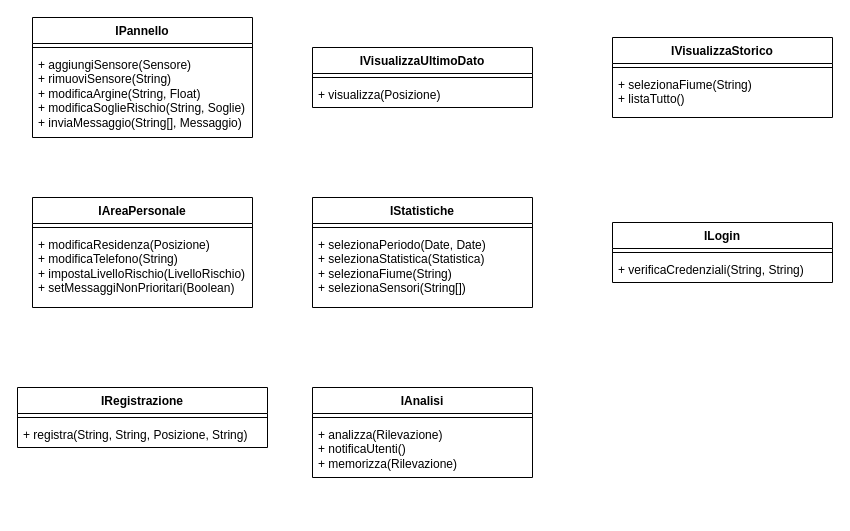
MirkoTonelli/Ing keeps this draw.io diagram as Interfacce.drawio. Above is the earlier version. Source tidied: cells renumbered, new cells numbered last; positions are measured from the earlier drawing's top-left corner, leaving out a move shared by most shapes. Both pictures are drawn from the tidied source at 100%, with x=0, y=0 at pixel (17, 17).
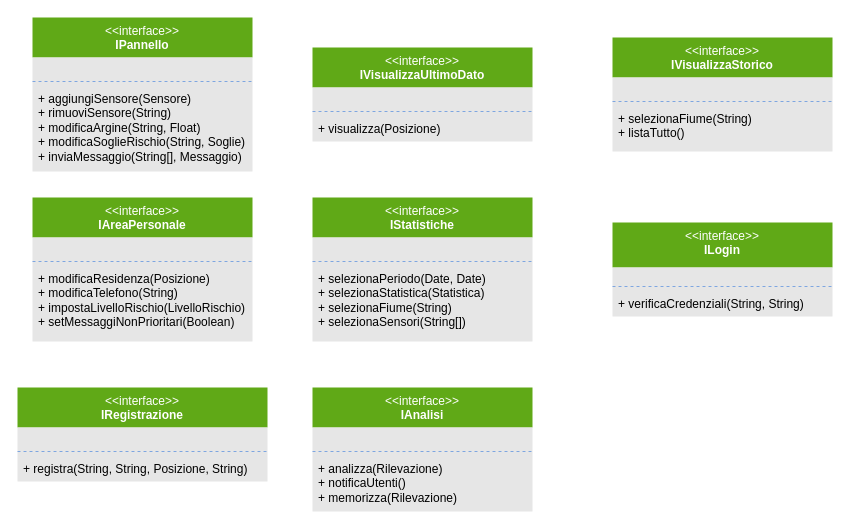
Above is the later version.

The edit, as a diff of the source:
```diff
@@
-    <mxCell id="2" value="IPannello" style="swimlane;fontStyle=1;align=center;verticalAlign=top;horizontal=1;startSize=26;whiteSpace=wrap;html=1;" parent="1" vertex="1">
-      <mxGeometry x="15" width="220" height="120" as="geometry" />
+    <mxCell id="2" value="&lt;div&gt;&lt;span style=&quot;font-weight: normal;&quot;&gt;&amp;lt;&amp;lt;interface&amp;gt;&amp;gt;&lt;/span&gt;&lt;/div&gt;IPannello" style="swimlane;fontStyle=1;align=center;verticalAlign=top;horizontal=1;startSize=40;whiteSpace=wrap;html=1;fillColor=#60A917;swimlaneFillColor=#E6E6E6;strokeColor=none;fontColor=#FFFFFF;" parent="1" vertex="1">
+      <mxGeometry x="15" width="220" height="154" as="geometry" />
     </mxCell>
-    <mxCell id="3" style="line;strokeWidth=1;fillColor=none;align=left;verticalAlign=middle;spacingTop=-1;spacingLeft=3;spacingRight=3;labelPosition=right;strokeColor=inherit;" parent="2" vertex="1">
-      <mxGeometry y="26" width="220" height="8" as="geometry" />
+    <mxCell id="3" style="line;strokeWidth=1;fillColor=none;align=left;verticalAlign=middle;spacingTop=-1;spacingLeft=3;spacingRight=3;labelPosition=right;strokeColor=none;dashed=1;" parent="2" vertex="1">
+      <mxGeometry y="40" width="220" height="20" as="geometry" />
     </mxCell>
+    <mxCell id="26" style="line;strokeWidth=1;fillColor=none;align=left;verticalAlign=middle;spacingTop=-1;spacingLeft=3;spacingRight=3;labelPosition=right;strokeColor=#7EA6E0;dashed=1;" parent="2" vertex="1">
+      <mxGeometry y="60" width="220" height="8" as="geometry" />
+    </mxCell>
     <mxCell id="4" value="+ aggiungiSensore(Sensore)&lt;div&gt;+ rimuoviSensore(String)&lt;/div&gt;&lt;div&gt;+ modificaArgine(String, Float)&lt;/div&gt;&lt;div&gt;+ modificaSoglieRischio(String, Soglie)&lt;/div&gt;&lt;div&gt;+ inviaMessaggio(String[], Messaggio)&lt;/div&gt;" style="text;strokeColor=none;fillColor=none;align=left;verticalAlign=top;spacingLeft=4;spacingRight=4;overflow=hidden;whiteSpace=wrap;html=1;" parent="2" vertex="1">
-      <mxGeometry y="34" width="220" height="86" as="geometry" />
+      <mxGeometry y="68" width="220" height="86" as="geometry" />
     </mxCell>
-    <mxCell id="5" value="IVisualizzaUltimoDato" style="swimlane;fontStyle=1;align=center;verticalAlign=top;horizontal=1;startSize=26;whiteSpace=wrap;html=1;" parent="1" vertex="1">
-      <mxGeometry x="295" y="30" width="220" height="60" as="geometry" />
+    <mxCell id="5" value="&lt;div&gt;&lt;span style=&quot;font-weight: 400;&quot;&gt;&amp;lt;&amp;lt;interface&amp;gt;&amp;gt;&lt;/span&gt;&lt;/div&gt;IVisualizzaUltimoDato" style="swimlane;fontStyle=1;align=center;verticalAlign=top;horizontal=1;startSize=40;whiteSpace=wrap;html=1;fillColor=#60A917;swimlaneFillColor=#E6E6E6;strokeColor=none;fontColor=#FFFFFF;" parent="1" vertex="1">
+      <mxGeometry x="295" y="30" width="220" height="94" as="geometry" />
     </mxCell>
-    <mxCell id="6" style="line;strokeWidth=1;fillColor=none;align=left;verticalAlign=middle;spacingTop=-1;spacingLeft=3;spacingRight=3;labelPosition=right;strokeColor=inherit;" parent="5" vertex="1">
-      <mxGeometry y="26" width="220" height="8" as="geometry" />
+    <mxCell id="6" style="line;strokeWidth=1;fillColor=none;align=left;verticalAlign=middle;spacingTop=-1;spacingLeft=3;spacingRight=3;labelPosition=right;strokeColor=none;" parent="5" vertex="1">
+      <mxGeometry y="40" width="220" height="20" as="geometry" />
     </mxCell>
+    <mxCell id="27" style="line;strokeWidth=1;fillColor=none;align=left;verticalAlign=middle;spacingTop=-1;spacingLeft=3;spacingRight=3;labelPosition=right;strokeColor=#7EA6E0;dashed=1;" parent="5" vertex="1">
+      <mxGeometry y="60" width="220" height="8" as="geometry" />
+    </mxCell>
     <mxCell id="7" value="+ visualizza(Posizione)" style="text;strokeColor=none;fillColor=none;align=left;verticalAlign=top;spacingLeft=4;spacingRight=4;overflow=hidden;whiteSpace=wrap;html=1;" parent="5" vertex="1">
-      <mxGeometry y="34" width="220" height="26" as="geometry" />
+      <mxGeometry y="68" width="220" height="26" as="geometry" />
     </mxCell>
-    <mxCell id="8" value="IVisualizzaStorico" style="swimlane;fontStyle=1;align=center;verticalAlign=top;horizontal=1;startSize=26;whiteSpace=wrap;html=1;" parent="1" vertex="1">
-      <mxGeometry x="595" y="20" width="220" height="80" as="geometry" />
+    <mxCell id="8" value="&lt;div&gt;&lt;span style=&quot;font-weight: 400;&quot;&gt;&amp;lt;&amp;lt;interface&amp;gt;&amp;gt;&lt;/span&gt;&lt;/div&gt;IVisualizzaStorico" style="swimlane;fontStyle=1;align=center;verticalAlign=top;horizontal=1;startSize=40;whiteSpace=wrap;html=1;fillColor=#60A917;swimlaneFillColor=#E6E6E6;strokeColor=none;fontColor=#FFFFFF;" parent="1" vertex="1">
+      <mxGeometry x="595" y="20" width="220" height="114" as="geometry" />
     </mxCell>
-    <mxCell id="9" style="line;strokeWidth=1;fillColor=none;align=left;verticalAlign=middle;spacingTop=-1;spacingLeft=3;spacingRight=3;labelPosition=right;strokeColor=inherit;" parent="8" vertex="1">
-      <mxGeometry y="26" width="220" height="8" as="geometry" />
+    <mxCell id="9" style="line;strokeWidth=1;fillColor=none;align=left;verticalAlign=middle;spacingTop=-1;spacingLeft=3;spacingRight=3;labelPosition=right;strokeColor=none;" parent="8" vertex="1">
+      <mxGeometry y="40" width="220" height="20" as="geometry" />
     </mxCell>
+    <mxCell id="28" style="line;strokeWidth=1;fillColor=none;align=left;verticalAlign=middle;spacingTop=-1;spacingLeft=3;spacingRight=3;labelPosition=right;strokeColor=#7EA6E0;dashed=1;" parent="8" vertex="1">
+      <mxGeometry y="60" width="220" height="8" as="geometry" />
+    </mxCell>
     <mxCell id="10" value="+ selezionaFiume(String)&lt;div&gt;+ listaTutto()&lt;/div&gt;" style="text;strokeColor=none;fillColor=none;align=left;verticalAlign=top;spacingLeft=4;spacingRight=4;overflow=hidden;whiteSpace=wrap;html=1;" parent="8" vertex="1">
-      <mxGeometry y="34" width="220" height="46" as="geometry" />
+      <mxGeometry y="68" width="220" height="46" as="geometry" />
     </mxCell>
-    <mxCell id="11" value="IAreaPersonale" style="swimlane;fontStyle=1;align=center;verticalAlign=top;horizontal=1;startSize=26;whiteSpace=wrap;html=1;" parent="1" vertex="1">
-      <mxGeometry x="15" y="180" width="220" height="110" as="geometry" />
+    <mxCell id="11" value="&lt;div&gt;&lt;span style=&quot;font-weight: 400;&quot;&gt;&amp;lt;&amp;lt;interface&amp;gt;&amp;gt;&lt;/span&gt;&lt;/div&gt;IAreaPersonale" style="swimlane;fontStyle=1;align=center;verticalAlign=top;horizontal=1;startSize=40;whiteSpace=wrap;html=1;fillColor=#60A917;swimlaneFillColor=#E6E6E6;strokeColor=none;fontColor=#FFFFFF;" parent="1" vertex="1">
+      <mxGeometry x="15" y="180" width="220" height="144" as="geometry" />
     </mxCell>
-    <mxCell id="12" style="line;strokeWidth=1;fillColor=none;align=left;verticalAlign=middle;spacingTop=-1;spacingLeft=3;spacingRight=3;labelPosition=right;strokeColor=inherit;" parent="11" vertex="1">
-      <mxGeometry y="26" width="220" height="8" as="geometry" />
+    <mxCell id="12" style="line;strokeWidth=1;fillColor=none;align=left;verticalAlign=middle;spacingTop=-1;spacingLeft=3;spacingRight=3;labelPosition=right;strokeColor=none;dashed=1;" parent="11" vertex="1">
+      <mxGeometry y="40" width="220" height="20" as="geometry" />
     </mxCell>
+    <mxCell id="29" style="line;strokeWidth=1;fillColor=none;align=left;verticalAlign=middle;spacingTop=-1;spacingLeft=3;spacingRight=3;labelPosition=right;strokeColor=#7EA6E0;dashed=1;" parent="11" vertex="1">
+      <mxGeometry y="60" width="220" height="8" as="geometry" />
+    </mxCell>
     <mxCell id="13" value="+ modificaResidenza(Posizione)&lt;div&gt;+ modificaTelefono(String)&lt;br&gt;&lt;div&gt;+ impostaLivelloRischio(LivelloRischio)&lt;/div&gt;&lt;/div&gt;&lt;div&gt;+ setMessaggiNonPrioritari(Boolean)&lt;/div&gt;" style="text;strokeColor=none;fillColor=none;align=left;verticalAlign=top;spacingLeft=4;spacingRight=4;overflow=hidden;whiteSpace=wrap;html=1;" parent="11" vertex="1">
-      <mxGeometry y="34" width="220" height="76" as="geometry" />
+      <mxGeometry y="68" width="220" height="76" as="geometry" />
     </mxCell>
-    <mxCell id="14" value="IStatistiche" style="swimlane;fontStyle=1;align=center;verticalAlign=top;horizontal=1;startSize=26;whiteSpace=wrap;html=1;" parent="1" vertex="1">
-      <mxGeometry x="295" y="180" width="220" height="110" as="geometry" />
+    <mxCell id="14" value="&lt;div&gt;&lt;span style=&quot;font-weight: 400;&quot;&gt;&amp;lt;&amp;lt;interface&amp;gt;&amp;gt;&lt;/span&gt;&lt;/div&gt;IStatistiche" style="swimlane;fontStyle=1;align=center;verticalAlign=top;horizontal=1;startSize=40;whiteSpace=wrap;html=1;fillColor=#60A917;swimlaneFillColor=#E6E6E6;strokeColor=none;fontColor=#FFFFFF;" parent="1" vertex="1">
+      <mxGeometry x="295" y="180" width="220" height="144" as="geometry" />
     </mxCell>
-    <mxCell id="15" style="line;strokeWidth=1;fillColor=none;align=left;verticalAlign=middle;spacingTop=-1;spacingLeft=3;spacingRight=3;labelPosition=right;strokeColor=inherit;" parent="14" vertex="1">
-      <mxGeometry y="26" width="220" height="8" as="geometry" />
+    <mxCell id="15" style="line;strokeWidth=1;fillColor=none;align=left;verticalAlign=middle;spacingTop=-1;spacingLeft=3;spacingRight=3;labelPosition=right;strokeColor=none;dashed=1;" parent="14" vertex="1">
+      <mxGeometry y="40" width="220" height="20" as="geometry" />
     </mxCell>
+    <mxCell id="30" style="line;strokeWidth=1;fillColor=none;align=left;verticalAlign=middle;spacingTop=-1;spacingLeft=3;spacingRight=3;labelPosition=right;strokeColor=#7EA6E0;dashed=1;" parent="14" vertex="1">
+      <mxGeometry y="60" width="220" height="8" as="geometry" />
+    </mxCell>
     <mxCell id="16" value="+ selezionaPeriodo(Date, Date)&lt;div&gt;+ selezionaStatistica(Statistica)&lt;/div&gt;&lt;div&gt;+ selezionaFiume(String)&lt;/div&gt;&lt;div&gt;+ selezionaSensori(String[])&lt;/div&gt;" style="text;strokeColor=none;fillColor=none;align=left;verticalAlign=top;spacingLeft=4;spacingRight=4;overflow=hidden;whiteSpace=wrap;html=1;" parent="14" vertex="1">
-      <mxGeometry y="34" width="220" height="76" as="geometry" />
+      <mxGeometry y="68" width="220" height="76" as="geometry" />
     </mxCell>
-    <mxCell id="17" value="ILogin" style="swimlane;fontStyle=1;align=center;verticalAlign=top;horizontal=1;startSize=26;whiteSpace=wrap;html=1;" parent="1" vertex="1">
-      <mxGeometry x="595" y="205" width="220" height="60" as="geometry" />
+    <mxCell id="17" value="&lt;span style=&quot;font-weight: 400;&quot;&gt;&amp;lt;&amp;lt;interface&amp;gt;&amp;gt;&lt;/span&gt;&lt;div&gt;ILogin&lt;/div&gt;" style="swimlane;fontStyle=1;align=center;verticalAlign=top;horizontal=1;startSize=45;whiteSpace=wrap;html=1;fillColor=#60A917;swimlaneFillColor=#E6E6E6;strokeColor=none;fontColor=#FFFFFF;" parent="1" vertex="1">
+      <mxGeometry x="595" y="205" width="220" height="94" as="geometry" />
     </mxCell>
-    <mxCell id="18" style="line;strokeWidth=1;fillColor=none;align=left;verticalAlign=middle;spacingTop=-1;spacingLeft=3;spacingRight=3;labelPosition=right;strokeColor=inherit;" parent="17" vertex="1">
-      <mxGeometry y="26" width="220" height="8" as="geometry" />
+    <mxCell id="18" style="line;strokeWidth=1;fillColor=none;align=left;verticalAlign=middle;spacingTop=-1;spacingLeft=3;spacingRight=3;labelPosition=right;strokeColor=none;dashed=1;" parent="17" vertex="1">
+      <mxGeometry y="45" width="220" height="15" as="geometry" />
     </mxCell>
+    <mxCell id="31" style="line;strokeWidth=1;fillColor=none;align=left;verticalAlign=middle;spacingTop=-1;spacingLeft=3;spacingRight=3;labelPosition=right;strokeColor=#7EA6E0;dashed=1;" parent="17" vertex="1">
+      <mxGeometry y="60" width="220" height="8" as="geometry" />
+    </mxCell>
     <mxCell id="19" value="+ verificaCredenziali(String, String)" style="text;strokeColor=none;fillColor=none;align=left;verticalAlign=top;spacingLeft=4;spacingRight=4;overflow=hidden;whiteSpace=wrap;html=1;" parent="17" vertex="1">
-      <mxGeometry y="34" width="220" height="26" as="geometry" />
+      <mxGeometry y="68" width="220" height="26" as="geometry" />
     </mxCell>
-    <mxCell id="20" value="IRegistrazione" style="swimlane;fontStyle=1;align=center;verticalAlign=top;horizontal=1;startSize=26;whiteSpace=wrap;html=1;" parent="1" vertex="1">
-      <mxGeometry y="370" width="250" height="60" as="geometry" />
+    <mxCell id="20" value="&lt;div&gt;&lt;span style=&quot;font-weight: 400;&quot;&gt;&amp;lt;&amp;lt;interface&amp;gt;&amp;gt;&lt;/span&gt;&lt;/div&gt;IRegistrazione" style="swimlane;fontStyle=1;align=center;verticalAlign=top;horizontal=1;startSize=40;whiteSpace=wrap;html=1;fillColor=#60A917;swimlaneFillColor=#E6E6E6;strokeColor=none;fontColor=#FFFFFF;" parent="1" vertex="1">
+      <mxGeometry y="370" width="250" height="94" as="geometry" />
     </mxCell>
-    <mxCell id="21" style="line;strokeWidth=1;fillColor=none;align=left;verticalAlign=middle;spacingTop=-1;spacingLeft=3;spacingRight=3;labelPosition=right;strokeColor=inherit;" parent="20" vertex="1">
-      <mxGeometry y="26" width="250" height="8" as="geometry" />
+    <mxCell id="21" style="line;strokeWidth=1;fillColor=none;align=left;verticalAlign=middle;spacingTop=-1;spacingLeft=3;spacingRight=3;labelPosition=right;strokeColor=none;dashed=1;" parent="20" vertex="1">
+      <mxGeometry y="40" width="250" height="20" as="geometry" />
     </mxCell>
+    <mxCell id="32" style="line;strokeWidth=1;fillColor=none;align=left;verticalAlign=middle;spacingTop=-1;spacingLeft=3;spacingRight=3;labelPosition=right;strokeColor=#7EA6E0;dashed=1;" parent="20" vertex="1">
+      <mxGeometry y="60" width="250" height="8" as="geometry" />
+    </mxCell>
     <mxCell id="22" value="+ registra(String, String, Posizione, String)" style="text;strokeColor=none;fillColor=none;align=left;verticalAlign=top;spacingLeft=4;spacingRight=4;overflow=hidden;whiteSpace=wrap;html=1;" parent="20" vertex="1">
-      <mxGeometry y="34" width="250" height="26" as="geometry" />
+      <mxGeometry y="68" width="250" height="26" as="geometry" />
     </mxCell>
-    <mxCell id="23" value="IAnalisi" style="swimlane;fontStyle=1;align=center;verticalAlign=top;horizontal=1;startSize=26;whiteSpace=wrap;html=1;" parent="1" vertex="1">
-      <mxGeometry x="295" y="370" width="220" height="90" as="geometry" />
+    <mxCell id="23" value="&lt;div&gt;&lt;span style=&quot;font-weight: 400;&quot;&gt;&amp;lt;&amp;lt;interface&amp;gt;&amp;gt;&lt;/span&gt;&lt;/div&gt;IAnalisi" style="swimlane;fontStyle=1;align=center;verticalAlign=top;horizontal=1;startSize=40;whiteSpace=wrap;html=1;fillColor=#60A917;swimlaneFillColor=#E6E6E6;strokeColor=none;fontColor=#FFFFFF;" parent="1" vertex="1">
+      <mxGeometry x="295" y="370" width="220" height="124" as="geometry" />
     </mxCell>
-    <mxCell id="24" style="line;strokeWidth=1;fillColor=none;align=left;verticalAlign=middle;spacingTop=-1;spacingLeft=3;spacingRight=3;labelPosition=right;strokeColor=inherit;" parent="23" vertex="1">
-      <mxGeometry y="26" width="220" height="8" as="geometry" />
+    <mxCell id="24" style="line;strokeWidth=1;fillColor=none;align=left;verticalAlign=middle;spacingTop=-1;spacingLeft=3;spacingRight=3;labelPosition=right;strokeColor=none;dashed=1;" parent="23" vertex="1">
+      <mxGeometry y="40" width="220" height="20" as="geometry" />
     </mxCell>
+    <mxCell id="33" style="line;strokeWidth=1;fillColor=none;align=left;verticalAlign=middle;spacingTop=-1;spacingLeft=3;spacingRight=3;labelPosition=right;strokeColor=#7EA6E0;dashed=1;" parent="23" vertex="1">
+      <mxGeometry y="60" width="220" height="8" as="geometry" />
+    </mxCell>
     <mxCell id="25" value="+ analizza(Rilevazione)&lt;div&gt;+ notificaUtenti()&lt;/div&gt;&lt;div&gt;+ memorizza(Rilevazione)&lt;/div&gt;" style="text;strokeColor=none;fillColor=none;align=left;verticalAlign=top;spacingLeft=4;spacingRight=4;overflow=hidden;whiteSpace=wrap;html=1;" parent="23" vertex="1">
-      <mxGeometry y="34" width="220" height="56" as="geometry" />
+      <mxGeometry y="68" width="220" height="56" as="geometry" />
     </mxCell>
```
